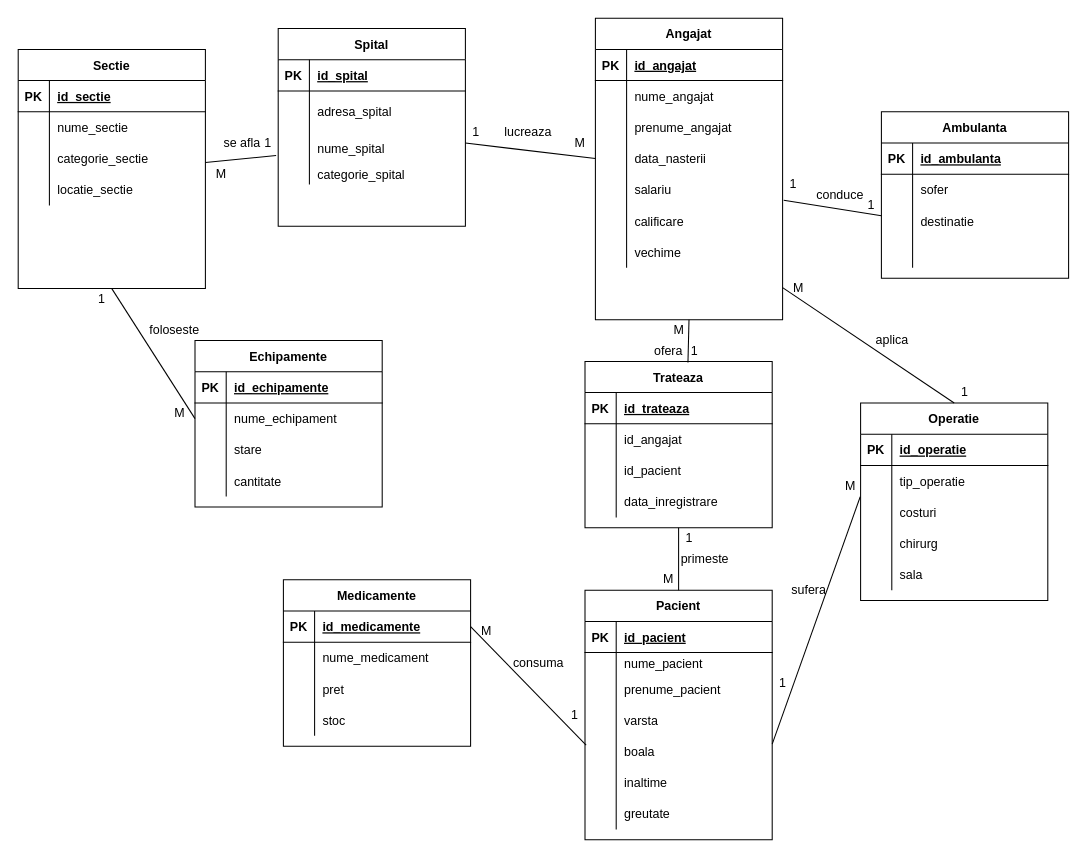
The draw.io diagram Untitled Diagram.drawio in AbuniAndrei97/wickeds, before the edit. Source tidied: cells renumbered, new cells numbered last; positions are measured from the earlier drawing's top-left corner, leaving out a move shared by most shapes. Both pictures are drawn from the tidied source at 104%, with x=0, y=0 at pixel (18, 18).
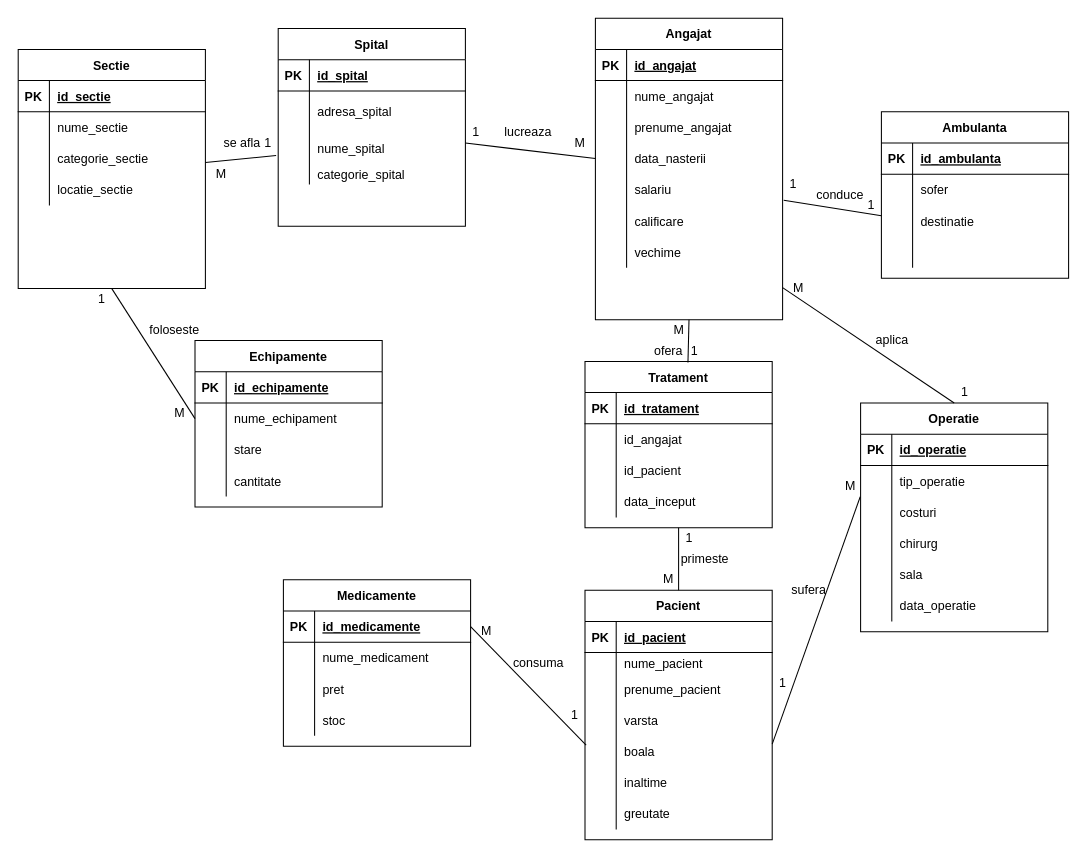
Above is the later version.

Unchanged cells that the change refers to:
```xml
<mxCell id="156" style="shape=partialRectangle;fillColor=none;top=0;left=0;bottom=1;right=0;" parent="155" vertex="1">
  <mxGeometry y="30" width="180" height="30" as="geometry" />
</mxCell>
<mxCell id="165" style="shape=partialRectangle;fillColor=none;top=0;left=0;bottom=0;right=0;" parent="155" vertex="1">
  <mxGeometry y="120" width="180" height="30" as="geometry" />
</mxCell>
```

What changed in the source:
```diff
@@
     <mxCell id="98" value="Operatie" style="shape=table;startSize=30;childLayout=tableLayout;rowLines=0;fontStyle=1;align=center;" parent="1" vertex="1">
-      <mxGeometry x="810" y="370" width="180" height="190" as="geometry" />
+      <mxGeometry x="810" y="370" width="180" height="220" as="geometry" />
     </mxCell>
@@
+    <mxCell id="176" style="shape=partialRectangle;fillColor=none;top=0;left=0;bottom=0;right=0;" parent="98" vertex="1">
+      <mxGeometry y="180" width="180" height="30" as="geometry" />
+    </mxCell>
+    <mxCell id="177" style="shape=partialRectangle;fillColor=none;top=0;left=0;bottom=0;right=0;overflow=hidden;" parent="176" vertex="1">
+      <mxGeometry width="30" height="30" as="geometry" />
+    </mxCell>
+    <mxCell id="178" value="data_operatie" style="shape=partialRectangle;fillColor=none;top=0;left=0;bottom=0;right=0;align=left;spacingLeft=6;overflow=hidden;" parent="176" vertex="1">
+      <mxGeometry x="30" width="150" height="30" as="geometry" />
+    </mxCell>
@@
-    <mxCell id="155" value="Trateaza" style="shape=table;startSize=30;childLayout=tableLayout;rowLines=0;fontStyle=1;align=center;" parent="1" vertex="1">
+    <mxCell id="155" value="Tratament" style="shape=table;startSize=30;childLayout=tableLayout;rowLines=0;fontStyle=1;align=center;" parent="1" vertex="1">
       <mxGeometry x="545" y="330" width="180" height="160" as="geometry" />
     </mxCell>
@@
-    <mxCell id="158" value="id_trateaza" style="shape=partialRectangle;fillColor=none;top=0;left=0;bottom=0;right=0;align=left;spacingLeft=6;fontStyle=5;overflow=hidden;" parent="156" vertex="1">
+    <mxCell id="158" value="id_tratament" style="shape=partialRectangle;fillColor=none;top=0;left=0;bottom=0;right=0;align=left;spacingLeft=6;fontStyle=5;overflow=hidden;" parent="156" vertex="1">
       <mxGeometry x="30" width="150" height="30" as="geometry" />
     </mxCell>
@@
-    <mxCell id="167" value="data_inregistrare" style="shape=partialRectangle;fillColor=none;top=0;left=0;bottom=0;right=0;align=left;spacingLeft=6;overflow=hidden;" parent="165" vertex="1">
+    <mxCell id="167" value="data_inceput" style="shape=partialRectangle;fillColor=none;top=0;left=0;bottom=0;right=0;align=left;spacingLeft=6;overflow=hidden;" parent="165" vertex="1">
       <mxGeometry x="30" width="150" height="30" as="geometry" />
     </mxCell>
```
